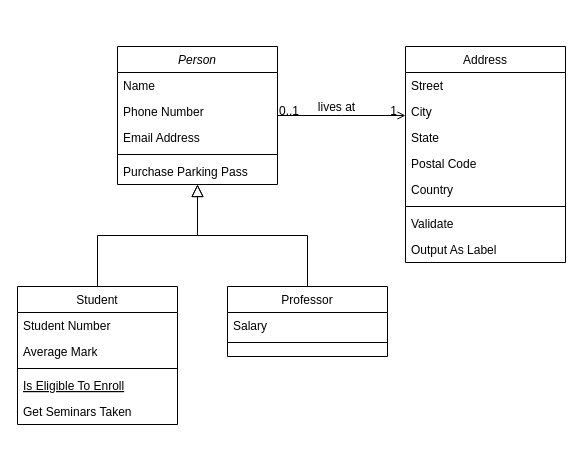
JFM1028/GestorTareasBackend keeps this draw.io diagram as Untitled Diagram.drawio. Above is the earlier version. Source tidied: cells renumbered, new cells numbered last; positions are measured from the earlier drawing's top-left corner, leaving out a move shared by most shapes. Both pictures are drawn from the tidied source at 100%, with x=0, y=0 at pixel (17, 46).
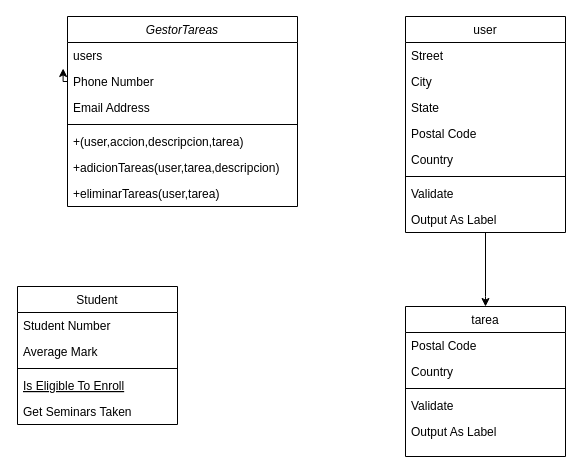
After the change.

The change refers to these unchanged cells:
```xml
<mxCell id="8" value="Student" style="swimlane;fontStyle=0;align=center;verticalAlign=top;horizontal=1;startSize=26;rounded=0;shadow=0;strokeWidth=1;" parent="1" vertex="1">
  <mxGeometry y="240" width="160" height="138" as="geometry" />
</mxCell>
```

The edit, as a diff of the source:
```diff
@@
-    <mxCell id="2" value="Person" style="swimlane;fontStyle=2;align=center;verticalAlign=top;horizontal=1;startSize=26;rounded=0;shadow=0;strokeWidth=1;" parent="1" vertex="1">
-      <mxGeometry x="100" width="160" height="138" as="geometry" />
+    <mxCell id="2" value="GestorTareas" style="swimlane;fontStyle=2;align=center;verticalAlign=top;horizontal=1;startSize=26;rounded=0;shadow=0;strokeWidth=1;" parent="1" vertex="1">
+      <mxGeometry x="50" y="-30" width="230" height="190" as="geometry" />
     </mxCell>
-    <mxCell id="3" value="Name" style="text;align=left;verticalAlign=top;spacingLeft=4;spacingRight=4;overflow=hidden;" parent="2" vertex="1">
-      <mxGeometry y="26" width="160" height="26" as="geometry" />
+    <mxCell id="3" value="users" style="text;align=left;verticalAlign=top;spacingLeft=4;spacingRight=4;overflow=hidden;" parent="2" vertex="1">
+      <mxGeometry y="26" width="230" height="26" as="geometry" />
     </mxCell>
     <mxCell id="4" value="Phone Number" style="text;align=left;verticalAlign=top;spacingLeft=4;spacingRight=4;overflow=hidden;points=[[0,0.5],[1,0.5]];portConstraint=eastwest;rounded=0;shadow=0;html=0;" parent="2" vertex="1">
-      <mxGeometry y="52" width="160" height="26" as="geometry" />
+      <mxGeometry y="52" width="230" height="26" as="geometry" />
     </mxCell>
     <mxCell id="5" value="Email Address" style="text;align=left;verticalAlign=top;spacingLeft=4;spacingRight=4;overflow=hidden;rounded=0;shadow=0;html=0;" parent="2" vertex="1">
-      <mxGeometry y="78" width="160" height="26" as="geometry" />
+      <mxGeometry y="78" width="230" height="26" as="geometry" />
     </mxCell>
     <mxCell id="6" style="line;html=1;strokeWidth=1;align=left;verticalAlign=middle;spacingTop=-1;spacingLeft=3;spacingRight=3;labelPosition=right;" parent="2" vertex="1">
-      <mxGeometry y="104" width="160" height="8" as="geometry" />
+      <mxGeometry y="104" width="230" height="8" as="geometry" />
     </mxCell>
-    <mxCell id="7" value="Purchase Parking Pass" style="text;align=left;verticalAlign=top;spacingLeft=4;spacingRight=4;overflow=hidden;" parent="2" vertex="1">
-      <mxGeometry y="112" width="160" height="26" as="geometry" />
+    <mxCell id="7" value="+(user,accion,descripcion,tarea)" style="text;align=left;verticalAlign=top;spacingLeft=4;spacingRight=4;overflow=hidden;" parent="2" vertex="1">
+      <mxGeometry y="112" width="230" height="26" as="geometry" />
     </mxCell>
+    <mxCell id="32" style="edgeStyle=orthogonalEdgeStyle;rounded=0;orthogonalLoop=1;jettySize=auto;html=1;exitX=0;exitY=0.5;exitDx=0;exitDy=0;entryX=-0.019;entryY=0;entryDx=0;entryDy=0;entryPerimeter=0;" parent="2" edge="1" source="4" target="4">
+      <mxGeometry relative="1" as="geometry" />
+    </mxCell>
+    <mxCell id="33" value="+adicionTareas(user,tarea,descripcion)" style="text;align=left;verticalAlign=top;spacingLeft=4;spacingRight=4;overflow=hidden;" parent="2" vertex="1">
+      <mxGeometry y="138" width="230" height="26" as="geometry" />
+    </mxCell>
+    <mxCell id="34" value="+eliminarTareas(user,tarea)" style="text;align=left;verticalAlign=top;spacingLeft=4;spacingRight=4;overflow=hidden;" parent="2" vertex="1">
+      <mxGeometry y="164" width="230" height="26" as="geometry" />
+    </mxCell>
@@
-    <mxCell id="14" style="endArrow=block;endSize=10;endFill=0;shadow=0;strokeWidth=1;rounded=0;curved=0;edgeStyle=elbowEdgeStyle;elbow=vertical;" parent="1" edge="1" source="8" target="2">
-      <mxGeometry relative="1" as="geometry" />
-    </mxCell>
-    <mxCell id="15" value="Professor" style="swimlane;fontStyle=0;align=center;verticalAlign=top;horizontal=1;startSize=26;rounded=0;shadow=0;strokeWidth=1;" parent="1" vertex="1">
-      <mxGeometry x="210" y="240" width="160" height="70" as="geometry" />
-    </mxCell>
-    <mxCell id="16" value="Salary" style="text;align=left;verticalAlign=top;spacingLeft=4;spacingRight=4;overflow=hidden;" parent="15" vertex="1">
-      <mxGeometry y="26" width="160" height="26" as="geometry" />
-    </mxCell>
-    <mxCell id="17" style="line;html=1;strokeWidth=1;align=left;verticalAlign=middle;spacingTop=-1;spacingLeft=3;spacingRight=3;labelPosition=right;" parent="15" vertex="1">
-      <mxGeometry y="52" width="160" height="8" as="geometry" />
-    </mxCell>
-    <mxCell id="18" style="endArrow=block;endSize=10;endFill=0;shadow=0;strokeWidth=1;rounded=0;curved=0;edgeStyle=elbowEdgeStyle;elbow=vertical;" parent="1" edge="1" source="15" target="2">
-      <mxGeometry relative="1" as="geometry" />
-    </mxCell>
+    <mxCell id="35" style="edgeStyle=orthogonalEdgeStyle;rounded=0;jettySize=auto;html=1;" parent="1" edge="1" source="19">
+      <mxGeometry relative="1" as="geometry">
+        <mxPoint x="468" y="260" as="targetPoint" />
+        <Array as="points">
+          <mxPoint x="468" y="250" />
+          <mxPoint x="468" y="250" />
+        </Array>
+      </mxGeometry>
+    </mxCell>
-    <mxCell id="19" value="Address" style="swimlane;fontStyle=0;align=center;verticalAlign=top;horizontal=1;startSize=26;rounded=0;shadow=0;strokeWidth=1;" parent="1" vertex="1">
-      <mxGeometry x="388" width="160" height="216" as="geometry" />
+    <mxCell id="19" value="user" style="swimlane;fontStyle=0;align=center;verticalAlign=top;horizontal=1;startSize=26;rounded=0;shadow=0;strokeWidth=1;" parent="1" vertex="1">
+      <mxGeometry x="388" y="-30" width="160" height="216" as="geometry" />
     </mxCell>
@@
-    <mxCell id="28" style="endArrow=open;shadow=0;strokeWidth=1;rounded=0;curved=0;endFill=1;edgeStyle=elbowEdgeStyle;elbow=vertical;" parent="1" edge="1" source="2" target="19">
-      <mxGeometry x="0.5" y="41" relative="1" as="geometry">
-        <mxPoint x="-40" y="32" as="offset" />
-      </mxGeometry>
-    </mxCell>
-    <mxCell id="29" value="0..1" style="align=left;verticalAlign=bottom;labelBackgroundColor=none;fontSize=12;" parent="28" vertex="1">
-      <mxGeometry x="-1" relative="1" as="geometry">
-        <mxPoint y="4" as="offset" />
-      </mxGeometry>
-    </mxCell>
-    <mxCell id="30" value="1" style="align=right;verticalAlign=bottom;labelBackgroundColor=none;fontSize=12;" parent="28" vertex="1">
-      <mxGeometry x="1" relative="1" as="geometry">
-        <mxPoint x="-7" y="4" as="offset" />
-      </mxGeometry>
-    </mxCell>
-    <mxCell id="31" value="lives at" style="text;html=1;align=center;verticalAlign=middle;labelBackgroundColor=none;rounded=0;shadow=0;strokeWidth=1;fontSize=12;" parent="28" vertex="1">
-      <mxGeometry x="0.5" y="49" relative="1" as="geometry">
-        <mxPoint x="-38" y="40" as="offset" />
-      </mxGeometry>
-    </mxCell>
+    <mxCell id="36" value="tarea" style="swimlane;fontStyle=0;align=center;verticalAlign=top;horizontal=1;startSize=26;rounded=0;shadow=0;strokeWidth=1;" parent="1" vertex="1">
+      <mxGeometry x="388" y="260" width="160" height="150" as="geometry" />
+    </mxCell>
+    <mxCell id="37" value="Postal Code" style="text;align=left;verticalAlign=top;spacingLeft=4;spacingRight=4;overflow=hidden;rounded=0;shadow=0;html=0;" parent="36" vertex="1">
+      <mxGeometry y="26" width="160" height="26" as="geometry" />
+    </mxCell>
+    <mxCell id="38" value="Country" style="text;align=left;verticalAlign=top;spacingLeft=4;spacingRight=4;overflow=hidden;rounded=0;shadow=0;html=0;" parent="36" vertex="1">
+      <mxGeometry y="52" width="160" height="26" as="geometry" />
+    </mxCell>
+    <mxCell id="39" style="line;html=1;strokeWidth=1;align=left;verticalAlign=middle;spacingTop=-1;spacingLeft=3;spacingRight=3;labelPosition=right;" parent="36" vertex="1">
+      <mxGeometry y="78" width="160" height="8" as="geometry" />
+    </mxCell>
+    <mxCell id="40" value="Validate" style="text;align=left;verticalAlign=top;spacingLeft=4;spacingRight=4;overflow=hidden;" parent="36" vertex="1">
+      <mxGeometry y="86" width="160" height="26" as="geometry" />
+    </mxCell>
+    <mxCell id="41" value="Output As Label" style="text;align=left;verticalAlign=top;spacingLeft=4;spacingRight=4;overflow=hidden;" parent="36" vertex="1">
+      <mxGeometry y="112" width="160" height="26" as="geometry" />
+    </mxCell>
```
